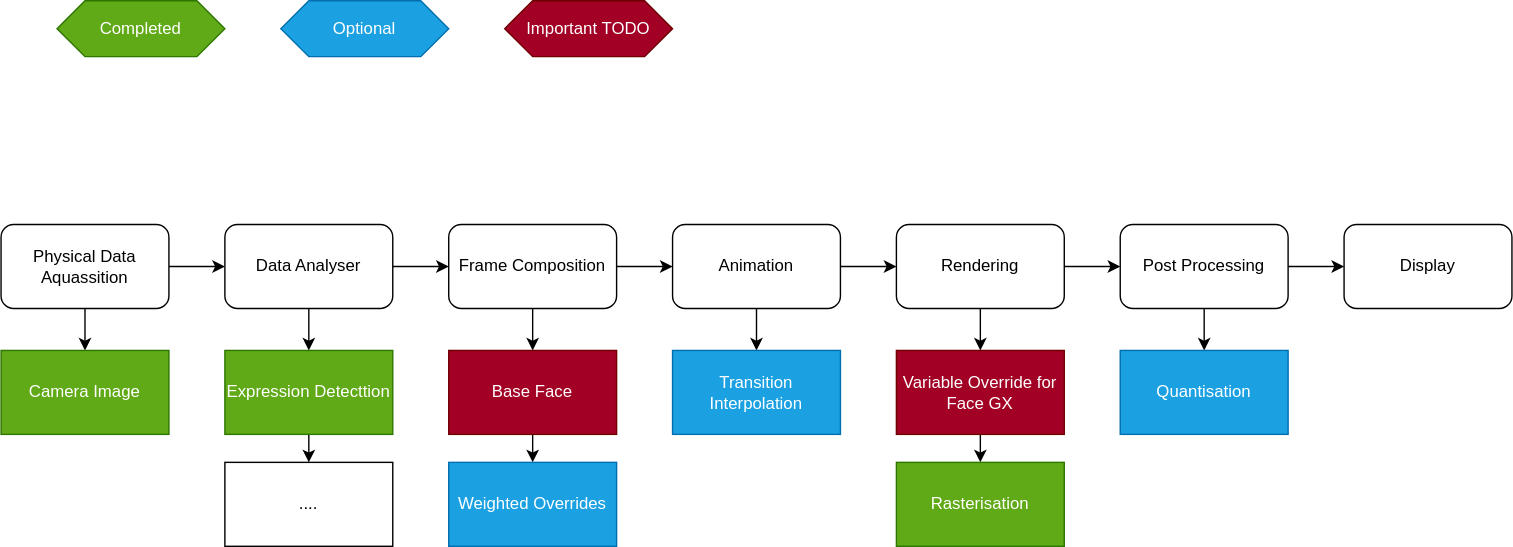
Above: docs/Pipeline.drawio.svg in 1Wargear/Face2Led (draw.io), before the change. Source tidied: cells renumbered, new cells last; positions are measured from the earlier drawing's top-left corner, leaving out a move shared by most shapes.
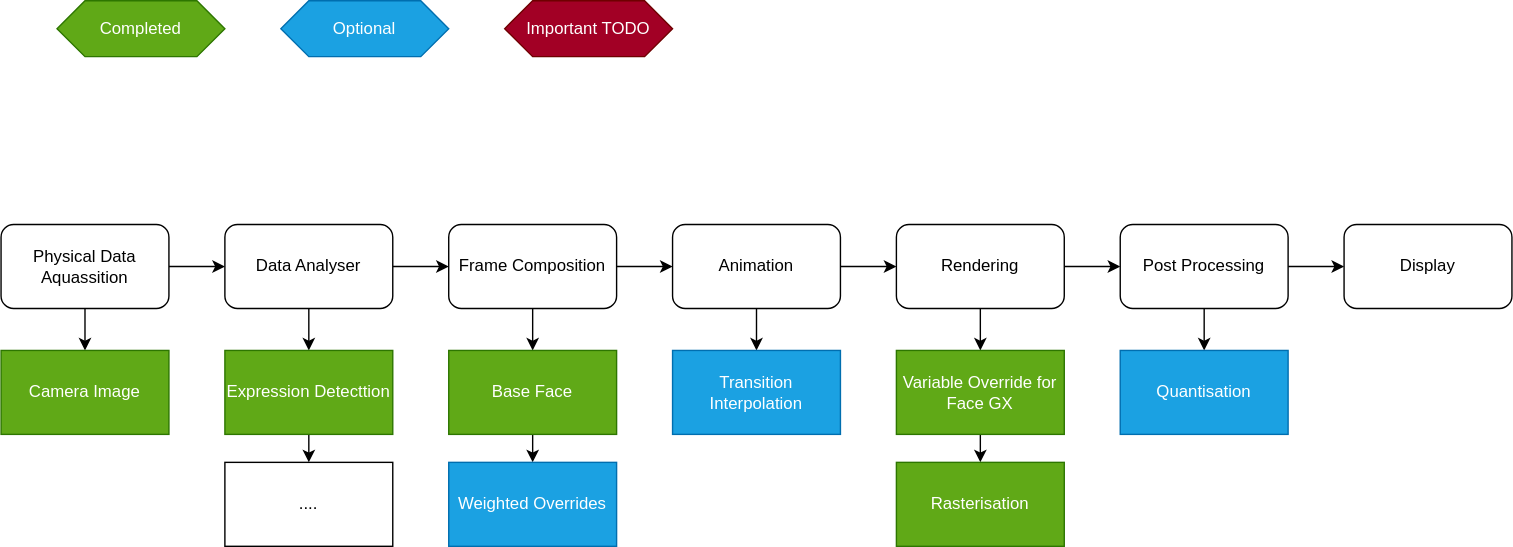
The same file after the commit.

Diff of the diagram source:
```diff
@@ -65,7 +65,7 @@
     <mxCell id="22" style="edgeStyle=none;html=1;exitX=0.5;exitY=1;exitDx=0;exitDy=0;entryX=0.5;entryY=0;entryDx=0;entryDy=0;" parent="1" edge="1" source="23" target="24">
       <mxGeometry relative="1" as="geometry" />
     </mxCell>
-    <mxCell id="23" value="Base Face" style="rounded=0;whiteSpace=wrap;html=1;fillColor=#a20025;fontColor=#ffffff;strokeColor=#6F0000;" parent="1" vertex="1">
+    <mxCell id="23" value="Base Face" style="rounded=0;whiteSpace=wrap;html=1;fillColor=#60a917;fontColor=#ffffff;strokeColor=#2D7600;" parent="1" vertex="1">
       <mxGeometry x="320" y="250" width="120" height="60" as="geometry" />
     </mxCell>
     <mxCell id="24" value="Weighted Overrides" style="rounded=0;whiteSpace=wrap;html=1;fillColor=#1ba1e2;fontColor=#ffffff;strokeColor=#006EAF;" parent="1" vertex="1">
@@ -74,7 +74,7 @@
     <mxCell id="25" style="edgeStyle=none;html=1;exitX=0.5;exitY=1;exitDx=0;exitDy=0;entryX=0.5;entryY=0;entryDx=0;entryDy=0;" parent="1" edge="1" source="26" target="27">
       <mxGeometry relative="1" as="geometry" />
     </mxCell>
-    <mxCell id="26" value="Variable Override for Face GX" style="rounded=0;whiteSpace=wrap;html=1;fillColor=#a20025;fontColor=#ffffff;strokeColor=#6F0000;" parent="1" vertex="1">
+    <mxCell id="26" value="Variable Override for Face GX" style="rounded=0;whiteSpace=wrap;html=1;fillColor=#60a917;fontColor=#ffffff;strokeColor=#2D7600;" parent="1" vertex="1">
       <mxGeometry x="640" y="250" width="120" height="60" as="geometry" />
     </mxCell>
     <mxCell id="27" value="Rasterisation" style="rounded=0;whiteSpace=wrap;html=1;fillColor=#60a917;fontColor=#ffffff;strokeColor=#2D7600;" parent="1" vertex="1">
```
